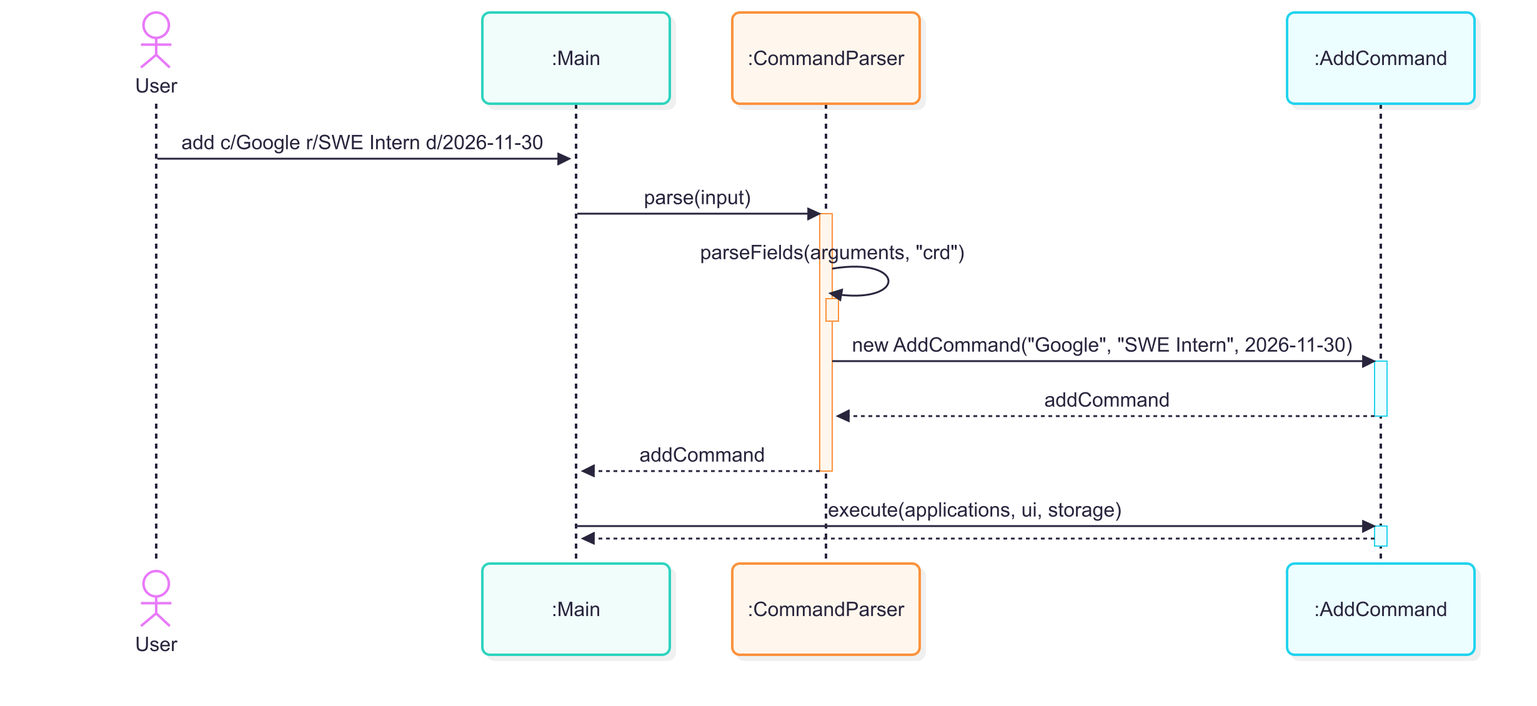
The Mermaid diagram docs/diagrams/typed-command-sequence.png in AY2627S1-CS2113-T10-2/tp, before a commit. Its source is kept beside it as docs/diagrams/sources/typed-command-sequence.mmd.
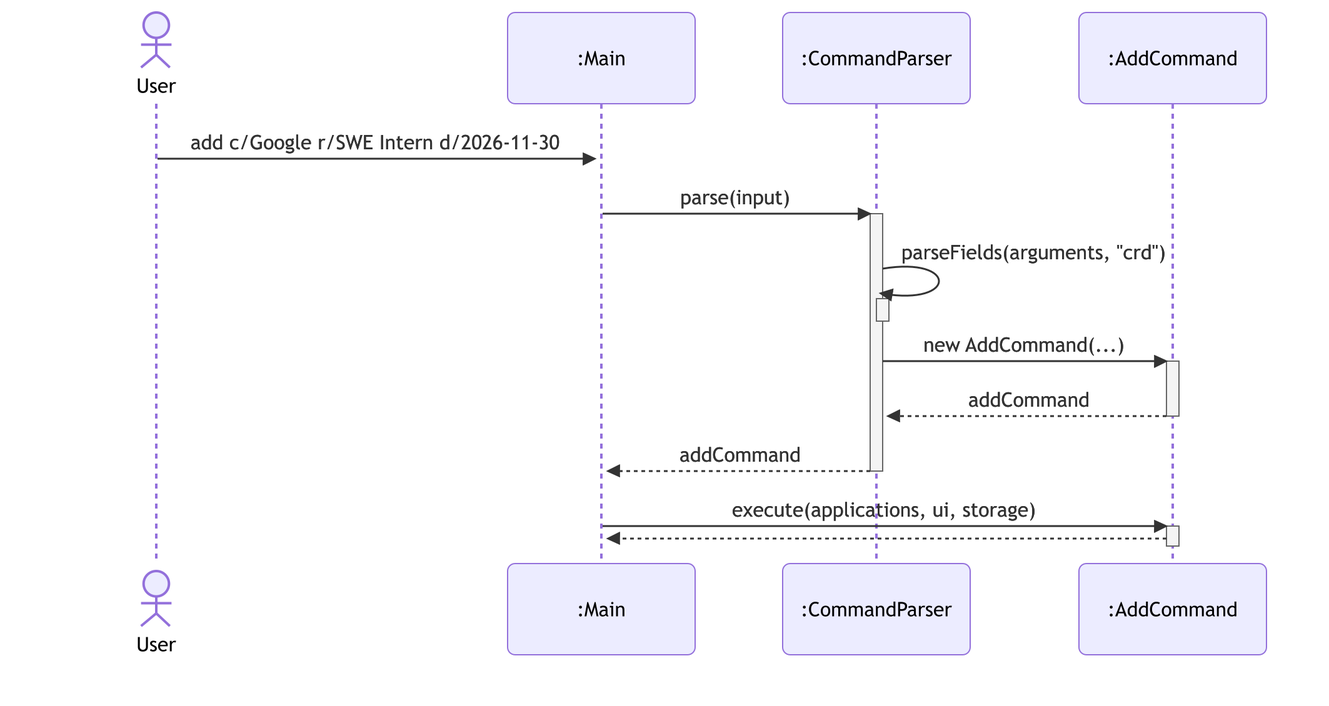
Above is the later version.

Change to the diagram source:
```diff
@@ -1,3 +1,4 @@
+%%{init: {'theme': 'default', 'sequence': {'actorMargin': 70, 'messageMargin': 45}}}%%
 sequenceDiagram
     actor user as User
     participant main as :Main
@@ -10,7 +11,7 @@
     parser->>parser: parseFields(arguments, "crd")
     activate parser
     deactivate parser
-    parser->>cmd: new AddCommand("Google", "SWE Intern", 2026-11-30)
+    parser->>cmd: new AddCommand(...)
     activate cmd
     cmd-->>parser: addCommand
     deactivate cmd
```
